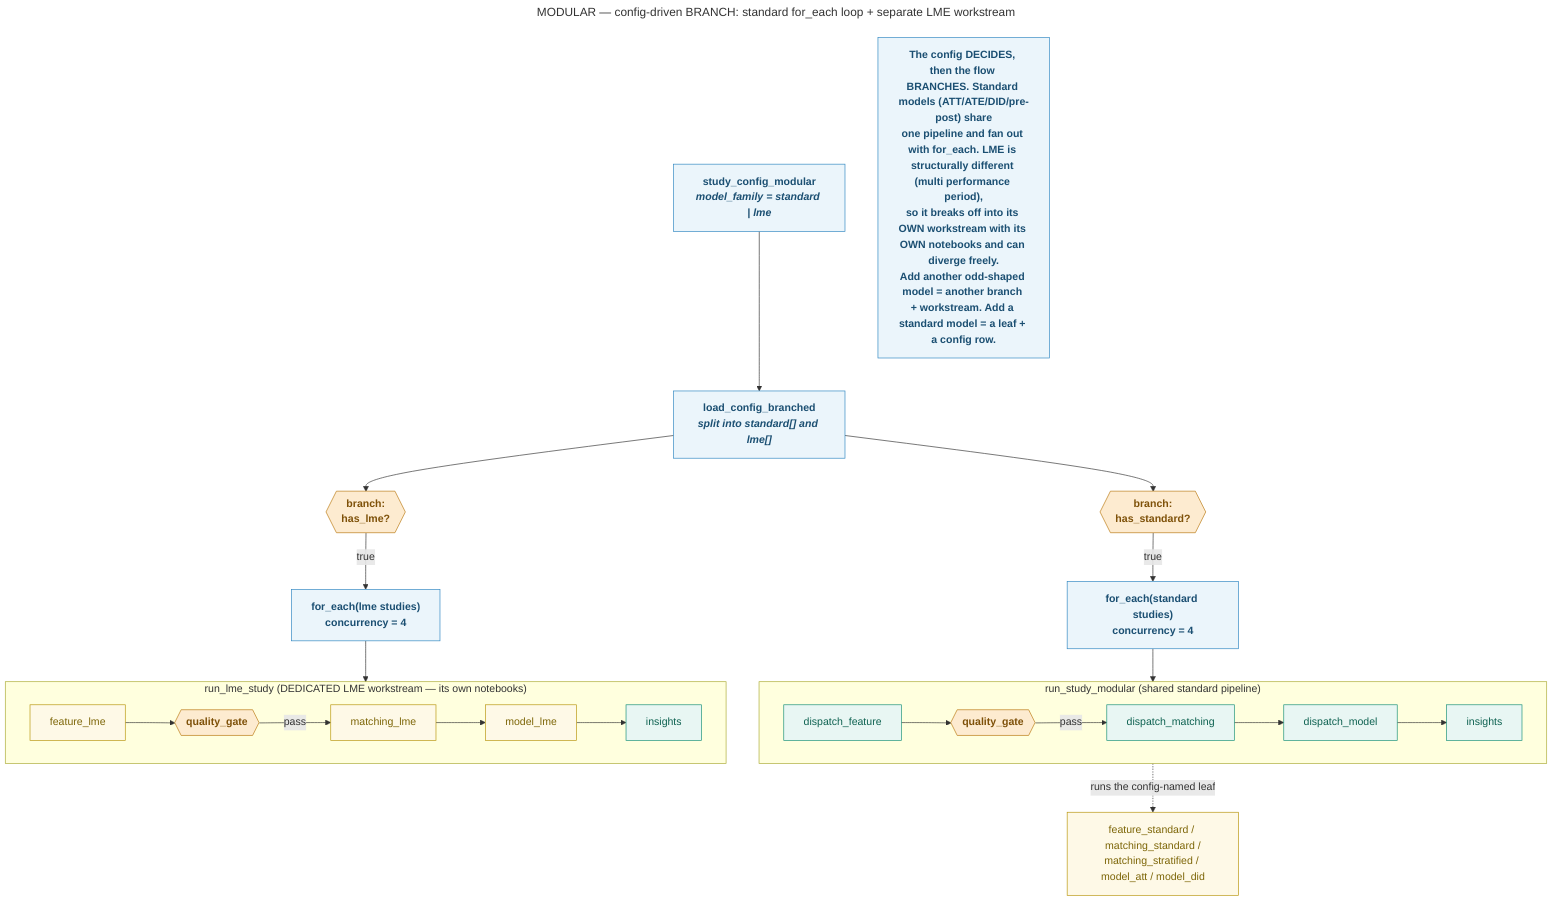
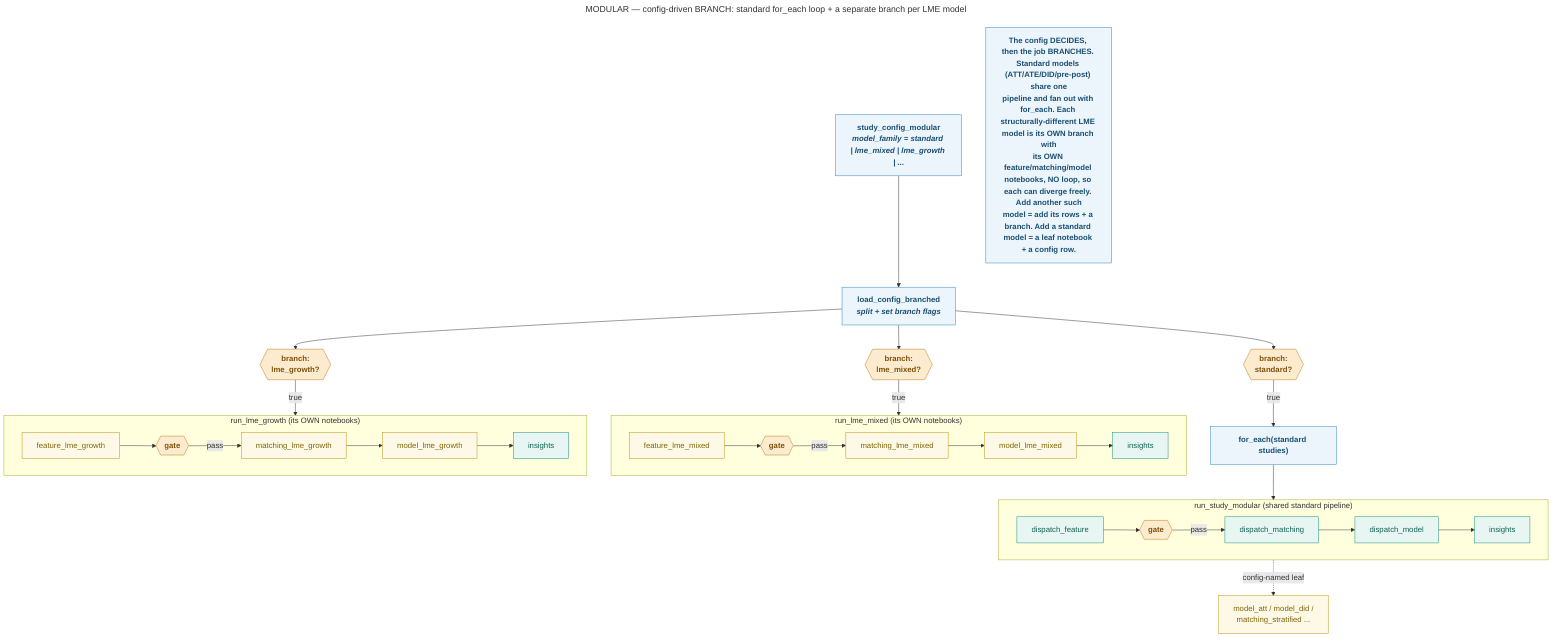
---
- title: "MODULAR — config-driven BRANCH: standard for_each loop + separate LME workstream"
+ title: "MODULAR — config-driven BRANCH: standard for_each loop + a separate branch per LME model"
---
flowchart TD
  classDef cond fill:#FDEBD0,stroke:#B9770E,color:#7E5109,font-weight:bold;
  classDef nb fill:#E8F6F3,stroke:#148F77,color:#0E6251;
  classDef leaf fill:#FEF9E7,stroke:#B7950B,color:#7D6608;
  classDef ctrl fill:#EBF5FB,stroke:#2E86C1,color:#1B4F72,font-weight:bold;

-   CFG["study_config_modular<br/><i>model_family = standard | lme</i>"]:::ctrl --> LC
-   LC["load_config_branched<br/><i>split into standard[] and lme[]</i>"]:::ctrl --> BS{{"branch:<br/>has_standard?"}}:::cond
-   LC --> BL{{"branch:<br/>has_lme?"}}:::cond
+   CFG["study_config_modular<br/><i>model_family = standard | lme_mixed | lme_growth | ...</i>"]:::ctrl --> LC
+   LC["load_config_branched<br/><i>split + set branch flags</i>"]:::ctrl

-   %% ---- Branch 1: standard family, shared for_each loop ----
-   BS -->|true| FES["for_each(standard studies)<br/>concurrency = 4"]:::ctrl
+   LC --> BS{{"branch:<br/>standard?"}}:::cond
+   LC --> BM{{"branch:<br/>lme_mixed?"}}:::cond
+   LC --> BG{{"branch:<br/>lme_growth?"}}:::cond
+ 
+   %% standard family: shared for_each loop
+   BS -->|true| FES["for_each(standard studies)"]:::ctrl
  subgraph RS["run_study_modular  (shared standard pipeline)"]
    direction LR
-     F["dispatch_feature"]:::nb --> Q{{"quality_gate"}}:::cond
+     F["dispatch_feature"]:::nb --> Q{{"gate"}}:::cond
    Q -->|pass| M["dispatch_matching"]:::nb --> MD["dispatch_model"]:::nb --> I["insights"]:::nb
  end
  FES --> F
-   MD -. "runs the config-named leaf" .-> SL["feature_standard / matching_standard /<br/>matching_stratified / model_att / model_did"]:::leaf
+   MD -. "config-named leaf" .-> SL["model_att / model_did /<br/>matching_stratified ..."]:::leaf

-   %% ---- Branch 2: LME family, its OWN separate workstream ----
-   BL -->|true| FEL["for_each(lme studies)<br/>concurrency = 4"]:::ctrl
-   subgraph RL["run_lme_study  (DEDICATED LME workstream — its own notebooks)"]
+   %% LME model 1: its OWN branch + notebooks (no loop)
+   BM -->|true| RM
+   subgraph RM["run_lme_mixed  (its OWN notebooks)"]
    direction LR
-     LF["feature_lme"]:::leaf --> LQ{{"quality_gate"}}:::cond
-     LQ -->|pass| LM["matching_lme"]:::leaf --> LMD["model_lme"]:::leaf --> LI["insights"]:::nb
+     F1["feature_lme_mixed"]:::leaf --> Q1{{"gate"}}:::cond
+     Q1 -->|pass| M1["matching_lme_mixed"]:::leaf --> D1["model_lme_mixed"]:::leaf --> I1["insights"]:::nb
  end
-   FEL --> LF

-   N["The config DECIDES, then the flow BRANCHES. Standard models (ATT/ATE/DID/pre-post) share<br/>one pipeline and fan out with for_each. LME is structurally different (multi performance period),<br/>so it breaks off into its OWN workstream with its OWN notebooks and can diverge freely.<br/>Add another odd-shaped model = another branch + workstream. Add a standard model = a leaf + a config row."]:::ctrl
+   %% LME model 2: its OWN branch + notebooks (no loop)
+   BG -->|true| RG
+   subgraph RG["run_lme_growth  (its OWN notebooks)"]
+     direction LR
+     F2["feature_lme_growth"]:::leaf --> Q2{{"gate"}}:::cond
+     Q2 -->|pass| M2["matching_lme_growth"]:::leaf --> D2["model_lme_growth"]:::leaf --> I2["insights"]:::nb
+   end
+ 
+   N["The config DECIDES, then the job BRANCHES. Standard models (ATT/ATE/DID/pre-post) share one<br/>pipeline and fan out with for_each. Each structurally-different LME model is its OWN branch with<br/>its OWN feature/matching/model notebooks, NO loop, so each can diverge freely. Add another such<br/>model = add its rows + a branch. Add a standard model = a leaf notebook + a config row."]:::ctrl
